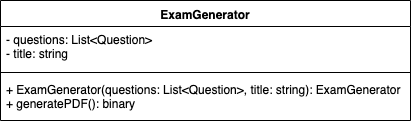
The draw.io diagram docs/diagrams/exam-generator.png in utec-cs2901-2019-2/easy-exam-grupo-iii, before a commit. Source tidied: cells renumbered, new cells last; positions are measured from the earlier drawing's top-left corner, leaving out a move shared by most shapes. The source it was exported from:
```xml
<mxGraphModel>
  <root>
    <mxCell id="0" />
    <mxCell id="1" parent="0" />
    <mxCell id="2" value="ExamGenerator" style="swimlane;fontStyle=1;align=center;verticalAlign=top;horizontal=1;startSize=26;" parent="1" vertex="1">
      <mxGeometry width="410" height="120" as="geometry" />
    </mxCell>
    <mxCell id="3" value="- questions: List&lt;Question&gt;&#10;- title: string&#10;" style="text;strokeColor=none;fillColor=none;align=left;verticalAlign=top;spacingLeft=4;spacingRight=4;overflow=hidden;" parent="2" vertex="1">
      <mxGeometry y="26" width="410" height="42" as="geometry" />
    </mxCell>
    <mxCell id="4" style="line;strokeWidth=1;fillColor=none;align=left;verticalAlign=middle;spacingTop=-1;spacingLeft=3;spacingRight=3;labelPosition=right;" parent="2" vertex="1">
      <mxGeometry y="68" width="410" height="8" as="geometry" />
    </mxCell>
    <mxCell id="5" value="+ ExamGenerator(questions: List&lt;Question&gt;, title: string): ExamGenerator &#10;+ generatePDF(): binary&#10;" style="text;strokeColor=none;fillColor=none;align=left;verticalAlign=top;spacingLeft=4;spacingRight=4;overflow=hidden;" parent="2" vertex="1">
      <mxGeometry y="76" width="410" height="44" as="geometry" />
    </mxCell>
  </root>
</mxGraphModel>
```
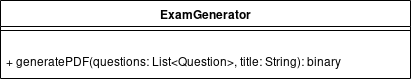
After the change.

Change to the diagram source:
```diff
@@ -3,16 +3,13 @@
     <mxCell id="0" />
     <mxCell id="1" parent="0" />
     <mxCell id="2" value="ExamGenerator" style="swimlane;fontStyle=1;align=center;verticalAlign=top;horizontal=1;startSize=26;" parent="1" vertex="1">
-      <mxGeometry width="410" height="120" as="geometry" />
+      <mxGeometry width="410" height="78" as="geometry" />
     </mxCell>
-    <mxCell id="3" value="- questions: List&lt;Question&gt;&#10;- title: string&#10;" style="text;strokeColor=none;fillColor=none;align=left;verticalAlign=top;spacingLeft=4;spacingRight=4;overflow=hidden;" parent="2" vertex="1">
-      <mxGeometry y="26" width="410" height="42" as="geometry" />
-    </mxCell>
     <mxCell id="4" style="line;strokeWidth=1;fillColor=none;align=left;verticalAlign=middle;spacingTop=-1;spacingLeft=3;spacingRight=3;labelPosition=right;" parent="2" vertex="1">
-      <mxGeometry y="68" width="410" height="8" as="geometry" />
+      <mxGeometry y="26" width="410" height="8" as="geometry" />
     </mxCell>
-    <mxCell id="5" value="+ ExamGenerator(questions: List&lt;Question&gt;, title: string): ExamGenerator &#10;+ generatePDF(): binary&#10;" style="text;strokeColor=none;fillColor=none;align=left;verticalAlign=top;spacingLeft=4;spacingRight=4;overflow=hidden;" parent="2" vertex="1">
-      <mxGeometry y="76" width="410" height="44" as="geometry" />
+    <mxCell id="5" value="&#10;+ generatePDF(questions: List&lt;Question&gt;, title: String): binary&#10;" style="text;strokeColor=none;fillColor=none;align=left;verticalAlign=top;spacingLeft=4;spacingRight=4;overflow=hidden;" parent="2" vertex="1">
+      <mxGeometry y="34" width="410" height="44" as="geometry" />
     </mxCell>
   </root>
 </mxGraphModel>
```
